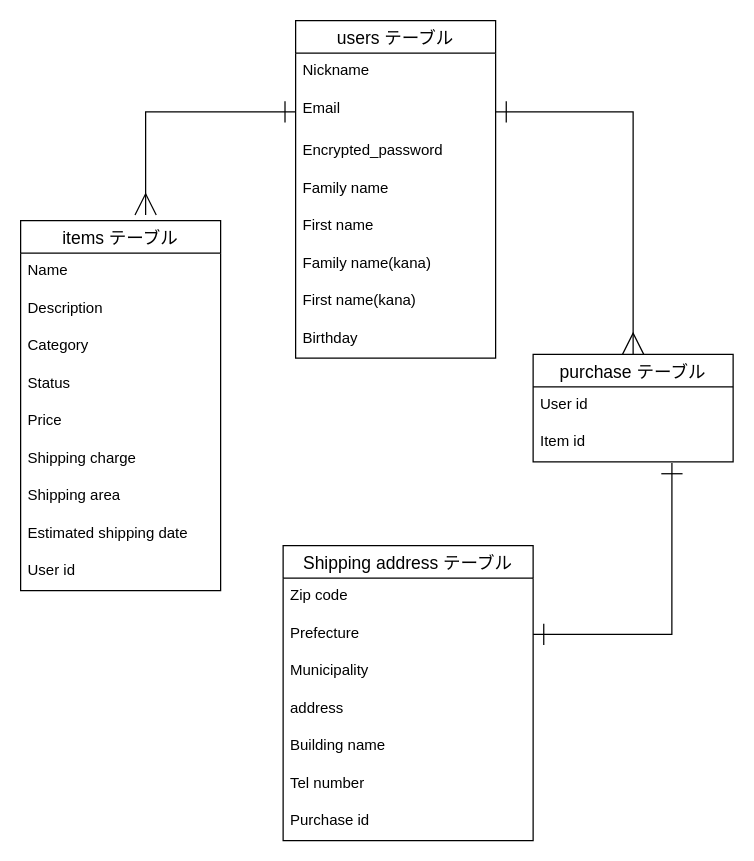
hiro0405/furima-28200 keeps this draw.io diagram as test.dio. Above is the earlier version. Source tidied: cells renumbered, new cells numbered last; positions are measured from the earlier drawing's top-left corner, leaving out a move shared by most shapes. Both pictures are drawn from the tidied source at 125%, with x=0, y=0 at pixel (20, 20).
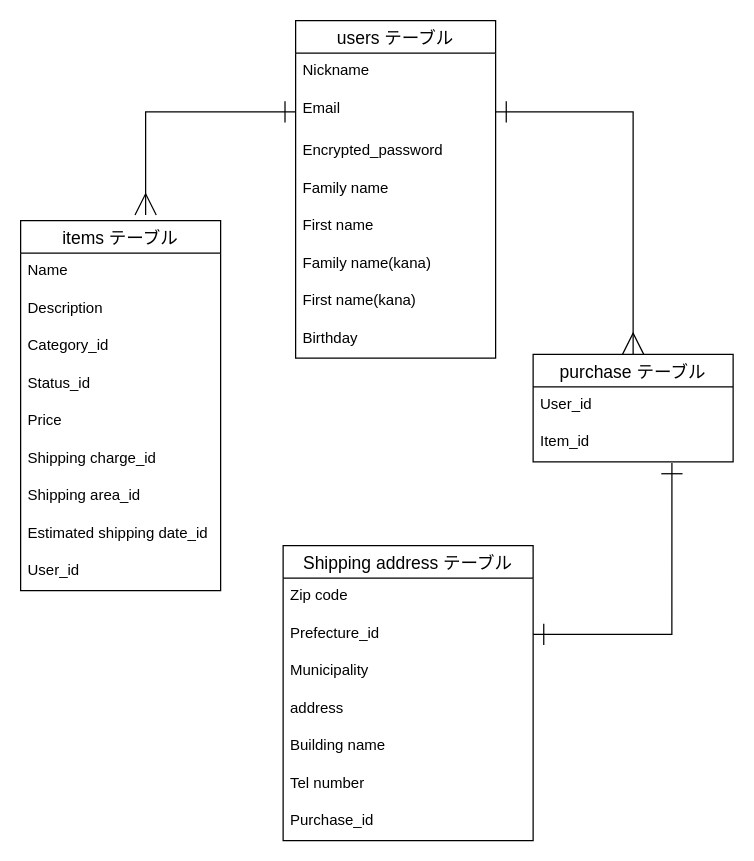
The same page after the edit.

Commit message:
データベース設計の修正4

The change refers to these unchanged cells:
```xml
<mxCell id="13" value="items テーブル" style="swimlane;fontStyle=0;horizontal=1;startSize=26;align=center;fontSize=14;" parent="1" vertex="1">
  <mxGeometry y="160" width="160" height="296" as="geometry" />
</mxCell>
<mxCell id="23" value="purchase テーブル" style="swimlane;fontStyle=0;horizontal=1;startSize=26;align=center;fontSize=14;" parent="1" vertex="1">
  <mxGeometry x="410" y="267" width="160" height="86" as="geometry" />
</mxCell>
<mxCell id="26" value="Shipping address テーブル" style="swimlane;fontStyle=0;horizontal=1;startSize=26;align=center;fontSize=14;" parent="1" vertex="1">
  <mxGeometry x="210" y="420" width="200" height="236" as="geometry" />
</mxCell>
```

The edit, as a diff of the source:
```diff
@@
-    <mxCell id="16" value="Category" style="text;strokeColor=none;fillColor=none;spacingLeft=4;spacingRight=4;overflow=hidden;fontSize=12;" parent="13" vertex="1">
+    <mxCell id="16" value="Category_id" style="text;strokeColor=none;fillColor=none;spacingLeft=4;spacingRight=4;overflow=hidden;fontSize=12;" parent="13" vertex="1">
       <mxGeometry y="86" width="160" height="30" as="geometry" />
     </mxCell>
-    <mxCell id="17" value="Status" style="text;strokeColor=none;fillColor=none;spacingLeft=4;spacingRight=4;overflow=hidden;fontSize=12;" parent="13" vertex="1">
+    <mxCell id="17" value="Status_id" style="text;strokeColor=none;fillColor=none;spacingLeft=4;spacingRight=4;overflow=hidden;fontSize=12;" parent="13" vertex="1">
       <mxGeometry y="116" width="160" height="30" as="geometry" />
     </mxCell>
@@
-    <mxCell id="19" value="Shipping charge" style="text;strokeColor=none;fillColor=none;spacingLeft=4;spacingRight=4;overflow=hidden;fontSize=12;" parent="13" vertex="1">
+    <mxCell id="19" value="Shipping charge_id" style="text;strokeColor=none;fillColor=none;spacingLeft=4;spacingRight=4;overflow=hidden;fontSize=12;" parent="13" vertex="1">
       <mxGeometry y="176" width="160" height="30" as="geometry" />
     </mxCell>
-    <mxCell id="20" value="Shipping area" style="text;strokeColor=none;fillColor=none;spacingLeft=4;spacingRight=4;overflow=hidden;fontSize=12;" parent="13" vertex="1">
+    <mxCell id="20" value="Shipping area_id" style="text;strokeColor=none;fillColor=none;spacingLeft=4;spacingRight=4;overflow=hidden;fontSize=12;" parent="13" vertex="1">
       <mxGeometry y="206" width="160" height="30" as="geometry" />
     </mxCell>
-    <mxCell id="21" value="Estimated shipping date" style="text;strokeColor=none;fillColor=none;spacingLeft=4;spacingRight=4;overflow=hidden;fontSize=12;" parent="13" vertex="1">
+    <mxCell id="21" value="Estimated shipping date_id" style="text;strokeColor=none;fillColor=none;spacingLeft=4;spacingRight=4;overflow=hidden;fontSize=12;" parent="13" vertex="1">
       <mxGeometry y="236" width="160" height="30" as="geometry" />
     </mxCell>
-    <mxCell id="22" value="User id" style="text;strokeColor=none;fillColor=none;spacingLeft=4;spacingRight=4;overflow=hidden;fontSize=12;" parent="13" vertex="1">
+    <mxCell id="22" value="User_id" style="text;strokeColor=none;fillColor=none;spacingLeft=4;spacingRight=4;overflow=hidden;fontSize=12;" parent="13" vertex="1">
       <mxGeometry y="266" width="160" height="30" as="geometry" />
     </mxCell>
@@
-    <mxCell id="24" value="User id" style="text;strokeColor=none;fillColor=none;spacingLeft=4;spacingRight=4;overflow=hidden;fontSize=12;" parent="23" vertex="1">
+    <mxCell id="24" value="User_id" style="text;strokeColor=none;fillColor=none;spacingLeft=4;spacingRight=4;overflow=hidden;fontSize=12;" parent="23" vertex="1">
       <mxGeometry y="26" width="160" height="30" as="geometry" />
     </mxCell>
-    <mxCell id="25" value="Item id" style="text;strokeColor=none;fillColor=none;spacingLeft=4;spacingRight=4;overflow=hidden;points=[[0,0.5],[1,0.5]];portConstraint=eastwest;fontSize=12;" parent="23" vertex="1">
+    <mxCell id="25" value="Item_id" style="text;strokeColor=none;fillColor=none;spacingLeft=4;spacingRight=4;overflow=hidden;points=[[0,0.5],[1,0.5]];portConstraint=eastwest;fontSize=12;" parent="23" vertex="1">
       <mxGeometry y="56" width="160" height="30" as="geometry" />
     </mxCell>
@@
-    <mxCell id="28" value="Prefecture" style="text;strokeColor=none;fillColor=none;spacingLeft=4;spacingRight=4;overflow=hidden;points=[[0,0.5],[1,0.5]];portConstraint=eastwest;fontSize=12;" parent="26" vertex="1">
+    <mxCell id="28" value="Prefecture_id" style="text;strokeColor=none;fillColor=none;spacingLeft=4;spacingRight=4;overflow=hidden;points=[[0,0.5],[1,0.5]];portConstraint=eastwest;fontSize=12;" parent="26" vertex="1">
       <mxGeometry y="56" width="200" height="30" as="geometry" />
     </mxCell>
@@
-    <mxCell id="33" value="Purchase id" style="text;strokeColor=none;fillColor=none;spacingLeft=4;spacingRight=4;overflow=hidden;fontSize=12;" parent="26" vertex="1">
+    <mxCell id="33" value="Purchase_id" style="text;strokeColor=none;fillColor=none;spacingLeft=4;spacingRight=4;overflow=hidden;fontSize=12;" parent="26" vertex="1">
       <mxGeometry y="206" width="200" height="30" as="geometry" />
     </mxCell>
```
